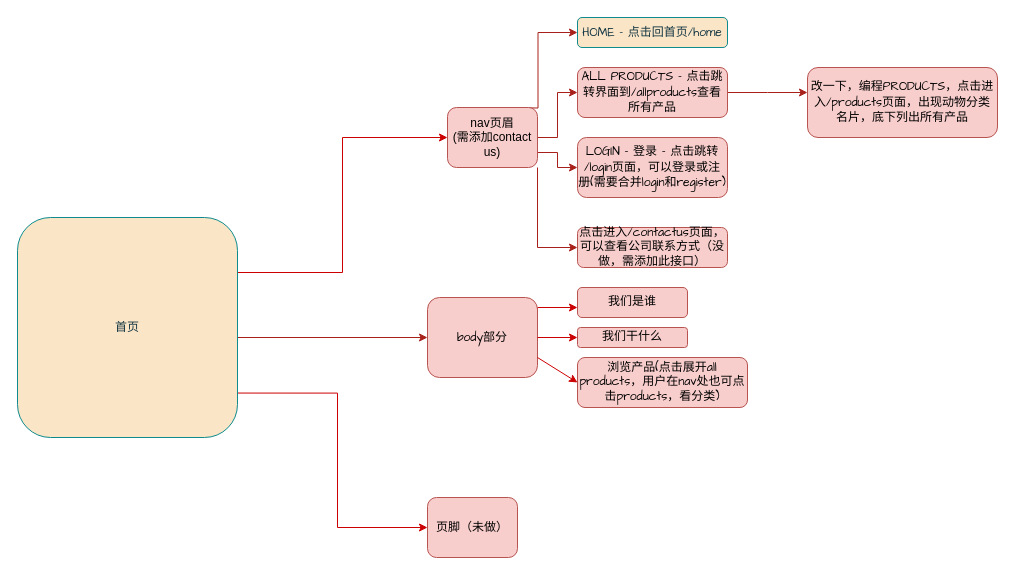
The draw.io diagram Page_Diagram/pet.drawio in dzwfighting/pet, before the edit. Source tidied: cells renumbered, new cells numbered last; positions are measured from the earlier drawing's top-left corner, leaving out a move shared by most shapes. Both pictures are drawn from the tidied source at 100%, with x=0, y=0 at pixel (17, 17).
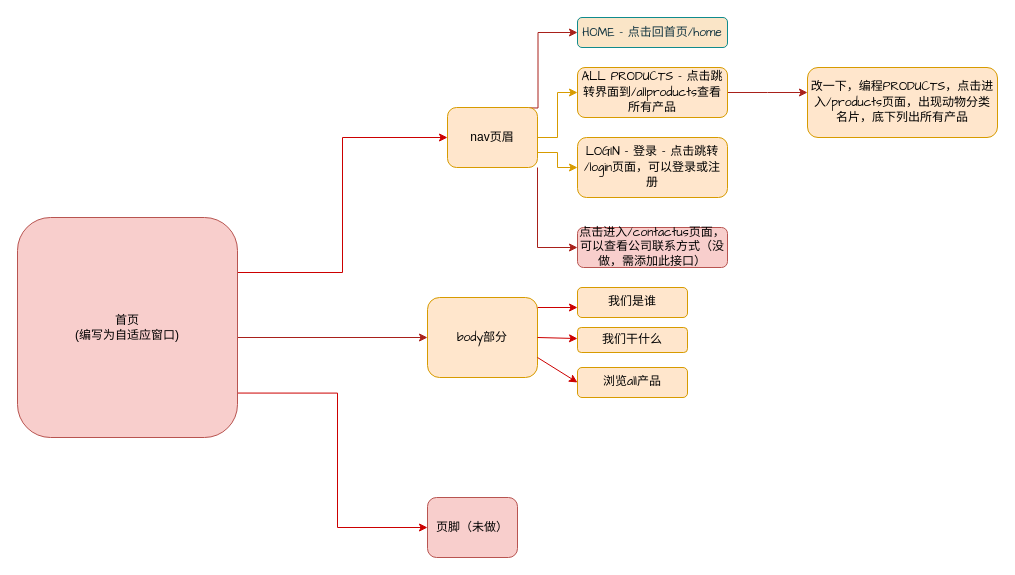
Above is the later version.

Diff of the diagram source:
```diff
@@
-    <mxCell id="5" value="首页" style="whiteSpace=wrap;html=1;labelBackgroundColor=none;fillColor=#FAE5C7;strokeColor=#0F8B8D;fontColor=#143642;rounded=1;" parent="1" vertex="1">
+    <mxCell id="5" value="首页&lt;br&gt;&lt;span style=&quot;color: rgb(0 , 0 , 0)&quot;&gt;(编写为自适应窗口)&lt;/span&gt;" style="whiteSpace=wrap;html=1;labelBackgroundColor=none;fillColor=#f8cecc;strokeColor=#b85450;rounded=1;" parent="1" vertex="1">
       <mxGeometry y="200" width="220" height="220" as="geometry" />
     </mxCell>
@@
-    <mxCell id="7" style="edgeStyle=orthogonalEdgeStyle;rounded=0;jettySize=auto;html=1;labelBackgroundColor=none;strokeColor=#A8201A;fontColor=default;" parent="1" edge="1" source="10" target="13">
+    <mxCell id="7" style="edgeStyle=orthogonalEdgeStyle;rounded=0;jettySize=auto;html=1;labelBackgroundColor=none;strokeColor=#d79b00;fontColor=default;fillColor=#ffe6cc;" parent="1" edge="1" source="10" target="13">
       <mxGeometry relative="1" as="geometry" />
     </mxCell>
-    <mxCell id="8" style="edgeStyle=orthogonalEdgeStyle;rounded=0;jettySize=auto;html=1;exitX=1;exitY=0.75;exitDx=0;exitDy=0;entryX=0;entryY=0.5;entryDx=0;entryDy=0;labelBackgroundColor=none;strokeColor=#A8201A;fontColor=default;" parent="1" edge="1" source="10" target="14">
+    <mxCell id="8" style="edgeStyle=orthogonalEdgeStyle;rounded=0;jettySize=auto;html=1;exitX=1;exitY=0.75;exitDx=0;exitDy=0;entryX=0;entryY=0.5;entryDx=0;entryDy=0;labelBackgroundColor=none;strokeColor=#d79b00;fontColor=default;fillColor=#ffe6cc;" parent="1" edge="1" source="10" target="14">
       <mxGeometry relative="1" as="geometry" />
     </mxCell>
@@
-    <mxCell id="10" value="nav页眉&lt;br&gt;(需添加contact us)" style="rounded=1;whiteSpace=wrap;html=1;fillColor=#f8cecc;strokeColor=#b85450;labelBackgroundColor=none;" parent="1" vertex="1">
+    <mxCell id="10" value="nav页眉" style="rounded=1;whiteSpace=wrap;html=1;fillColor=#ffe6cc;strokeColor=#d79b00;labelBackgroundColor=none;" parent="1" vertex="1">
       <mxGeometry x="430" y="90" width="90" height="60" as="geometry" />
     </mxCell>
@@
-    <mxCell id="13" value="&lt;font face=&quot;Comic Sans MS&quot;&gt;ALL PRODUCTS - 点击跳转界面到/allproducts查看所有产品&lt;/font&gt;" style="whiteSpace=wrap;html=1;rounded=1;fillColor=#f8cecc;strokeColor=#b85450;labelBackgroundColor=none;" parent="1" vertex="1">
+    <mxCell id="13" value="&lt;font face=&quot;Comic Sans MS&quot;&gt;ALL PRODUCTS - 点击跳转界面到/allproducts查看所有产品&lt;/font&gt;" style="whiteSpace=wrap;html=1;rounded=1;fillColor=#ffe6cc;strokeColor=#d79b00;labelBackgroundColor=none;" parent="1" vertex="1">
       <mxGeometry x="560" y="50" width="150" height="50" as="geometry" />
     </mxCell>
-    <mxCell id="14" value="&lt;font face=&quot;Comic Sans MS&quot;&gt;LOGIN - 登录 - 点击跳转 /login页面，可以登录或注册(需要合并login和register)&lt;/font&gt;" style="rounded=1;whiteSpace=wrap;html=1;fillColor=#f8cecc;strokeColor=#b85450;labelBackgroundColor=none;" parent="1" vertex="1">
+    <mxCell id="14" value="&lt;font face=&quot;Comic Sans MS&quot;&gt;LOGIN - 登录 - 点击跳转 /login页面，可以登录或注册&lt;/font&gt;" style="rounded=1;whiteSpace=wrap;html=1;fillColor=#ffe6cc;strokeColor=#d79b00;labelBackgroundColor=none;" parent="1" vertex="1">
       <mxGeometry x="560" y="120" width="150" height="60" as="geometry" />
     </mxCell>
@@
-    <mxCell id="17" value="&lt;font face=&quot;Comic Sans MS&quot;&gt;body部分&lt;/font&gt;" style="rounded=1;whiteSpace=wrap;html=1;fillColor=#f8cecc;strokeColor=#b85450;labelBackgroundColor=none;" parent="1" vertex="1">
+    <mxCell id="17" value="&lt;font face=&quot;Comic Sans MS&quot;&gt;body部分&lt;/font&gt;" style="rounded=1;whiteSpace=wrap;html=1;fillColor=#ffe6cc;strokeColor=#d79b00;labelBackgroundColor=none;" parent="1" vertex="1">
       <mxGeometry x="410" y="280" width="110" height="80" as="geometry" />
     </mxCell>
@@
-    <mxCell id="19" value="&lt;font face=&quot;Comic Sans MS&quot;&gt;改一下，编程PRODUCTS，点击进入/products页面，出现动物分类名片，底下列出所有产品&lt;/font&gt;" style="whiteSpace=wrap;html=1;rounded=1;fillColor=#f8cecc;strokeColor=#b85450;labelBackgroundColor=none;" parent="1" vertex="1">
+    <mxCell id="19" value="&lt;font face=&quot;Comic Sans MS&quot;&gt;改一下，编程PRODUCTS，点击进入/products页面，出现动物分类名片，底下列出所有产品&lt;/font&gt;" style="whiteSpace=wrap;html=1;rounded=1;fillColor=#ffe6cc;strokeColor=#d79b00;labelBackgroundColor=none;" parent="1" vertex="1">
       <mxGeometry x="790" y="50" width="190" height="70" as="geometry" />
     </mxCell>
-    <mxCell id="20" value="&lt;font&gt;我们是谁&lt;/font&gt;" style="rounded=1;whiteSpace=wrap;html=1;fillColor=#f8cecc;strokeColor=#b85450;labelBackgroundColor=none;fontFamily=Comic Sans MS;" parent="1" vertex="1">
+    <mxCell id="20" value="&lt;font&gt;我们是谁&lt;/font&gt;" style="rounded=1;whiteSpace=wrap;html=1;fillColor=#ffe6cc;strokeColor=#d79b00;labelBackgroundColor=none;fontFamily=Comic Sans MS;" parent="1" vertex="1">
       <mxGeometry x="560" y="270" width="110" height="30" as="geometry" />
     </mxCell>
@@
-    <mxCell id="22" value="我们干什么" style="rounded=1;whiteSpace=wrap;html=1;fillColor=#f8cecc;strokeColor=#b85450;fontFamily=Comic Sans MS;" parent="1" vertex="1">
-      <mxGeometry x="560" y="310" width="110" height="20" as="geometry" />
+    <mxCell id="22" value="我们干什么" style="rounded=1;whiteSpace=wrap;html=1;fillColor=#ffe6cc;strokeColor=#d79b00;fontFamily=Comic Sans MS;" parent="1" vertex="1">
+      <mxGeometry x="560" y="310" width="110" height="25" as="geometry" />
     </mxCell>
-    <mxCell id="23" value="浏览产品(点击展开all products，用户在nav处也可点击products，看分类)" style="rounded=1;whiteSpace=wrap;html=1;fillColor=#f8cecc;strokeColor=#b85450;fontFamily=Comic Sans MS;" parent="1" vertex="1">
-      <mxGeometry x="560" y="340" width="170" height="50" as="geometry" />
+    <mxCell id="23" value="浏览all产品" style="rounded=1;whiteSpace=wrap;html=1;fillColor=#ffe6cc;strokeColor=#d79b00;fontFamily=Comic Sans MS;" parent="1" vertex="1">
+      <mxGeometry x="560" y="350" width="110" height="30" as="geometry" />
     </mxCell>
```
